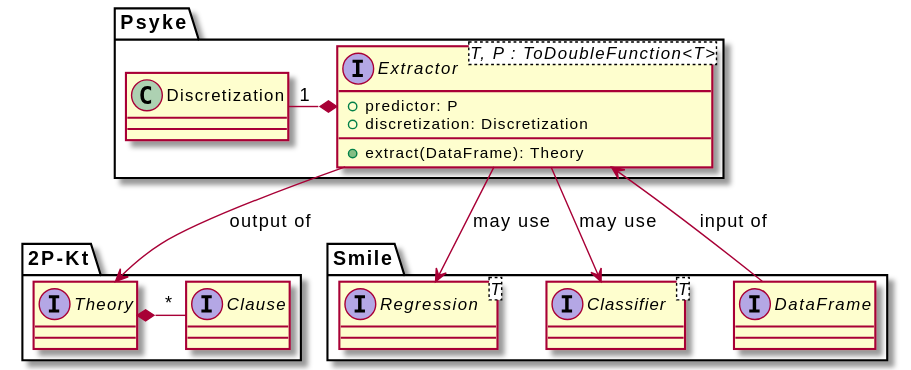
gciatto/phd-thesis keeps this PlantUML diagram as figures/extractor-api.svg. Above is the earlier version.
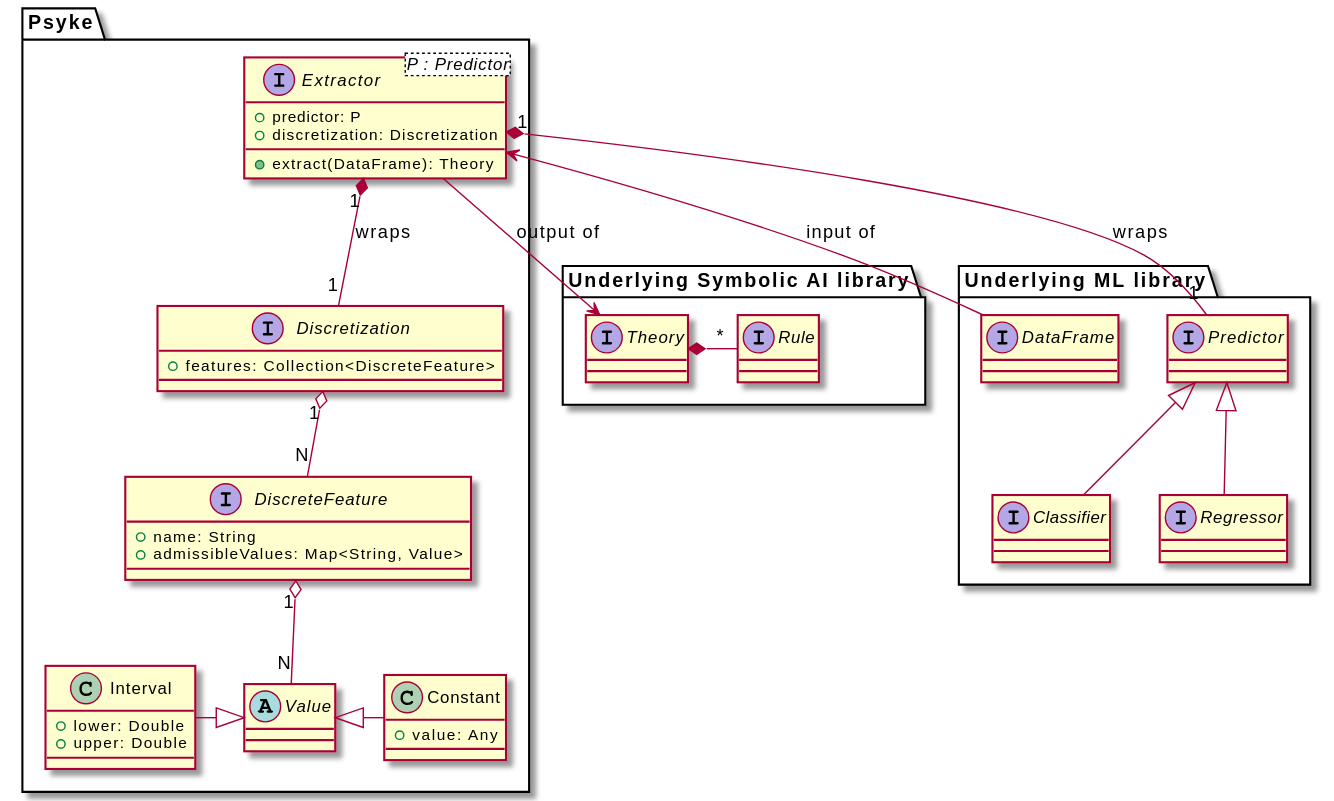
Above is the later version.

Change to the diagram source:
```diff
@@ -1,32 +1,61 @@
 @startuml
-package Smile {
-  interface Regression<T>
-  interface Classifier<T>
+package "Underlying ML library" {
+  interface Predictor
   interface DataFrame
+
+  interface Classifier
+  interface Regressor
+
+  Predictor <|-- Classifier
+  Predictor <|-- Regressor
 }
 
-package 2P-Kt {
-  interface Clause
+package "Underlying Symbolic AI library" {
+  interface Rule
   interface Theory
 
-  Theory " " *-right- "*" Clause
+  Theory " " *-right- "*" Rule
 }
 
 package Psyke {
-  interface Extractor<T, P : ToDoubleFunction<T>> {
+  interface Extractor<P : Predictor> {
     + predictor: P
     + discretization: Discretization
     + extract(DataFrame): Theory
   }
 
-  class Discretization
+  interface Discretization {
+    + features: Collection<DiscreteFeature>
+  }
 
-  Discretization "1" -right-* " " Extractor
+  Extractor "1" *-- "1" Discretization: wraps
+
+  interface DiscreteFeature {
+    + name: String
+    + admissibleValues: Map<String, Value>
+  }
+
+  Discretization "1" o-- "N" DiscreteFeature
+
+  abstract class Value
+
+  DiscreteFeature "1" o-- "N" Value
+
+  class Interval {
+    + lower: Double
+    + upper: Double
+  }
+
+  class Constant {
+    + value: Any
+  }
+
+  Value <|-left- Interval
+  Value <|-right- Constant
 }
 
-Extractor --> Regression: may use
-Extractor --> Classifier: may use
+Extractor "1" *-- "1" Predictor: wraps
 
-DataFrame --> Extractor: input of
+DataFrame -left-> Extractor: input of
 Extractor --> Theory: output of
 @enduml
```
